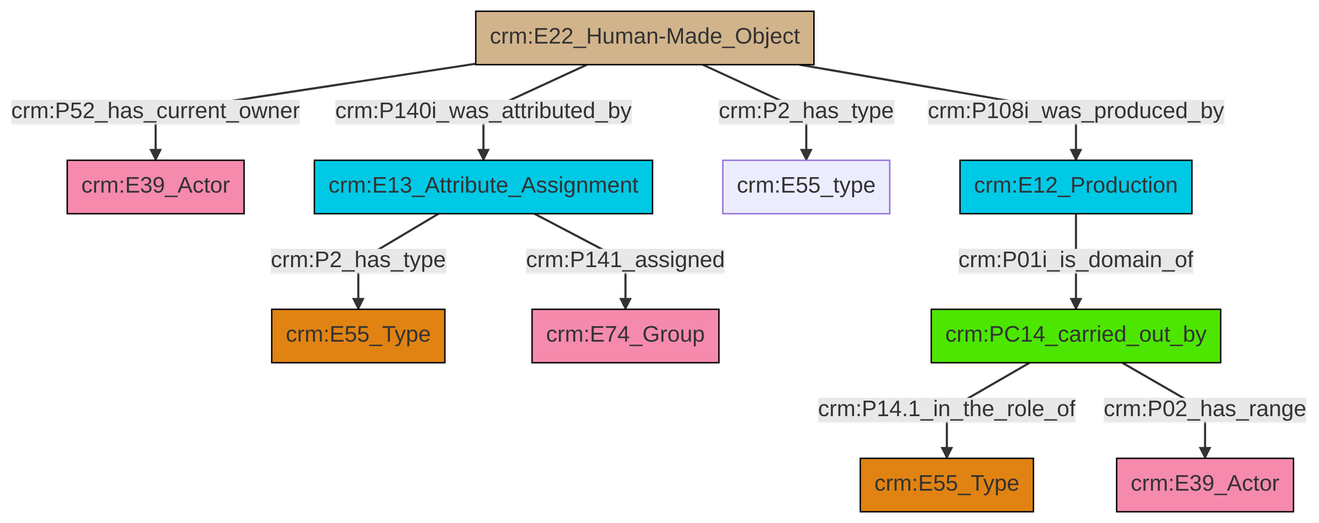
Earlier version of the Mermaid export et/builtWorkCSV/ttl/mmd/png/Built_Work_actor_relations.png (swiss-art-research-net/docs.swissartresearch). Its source is kept beside it as et/builtWorkCSV/ttl/mmd/Built_Work_actor_relations.ttl.mmd.
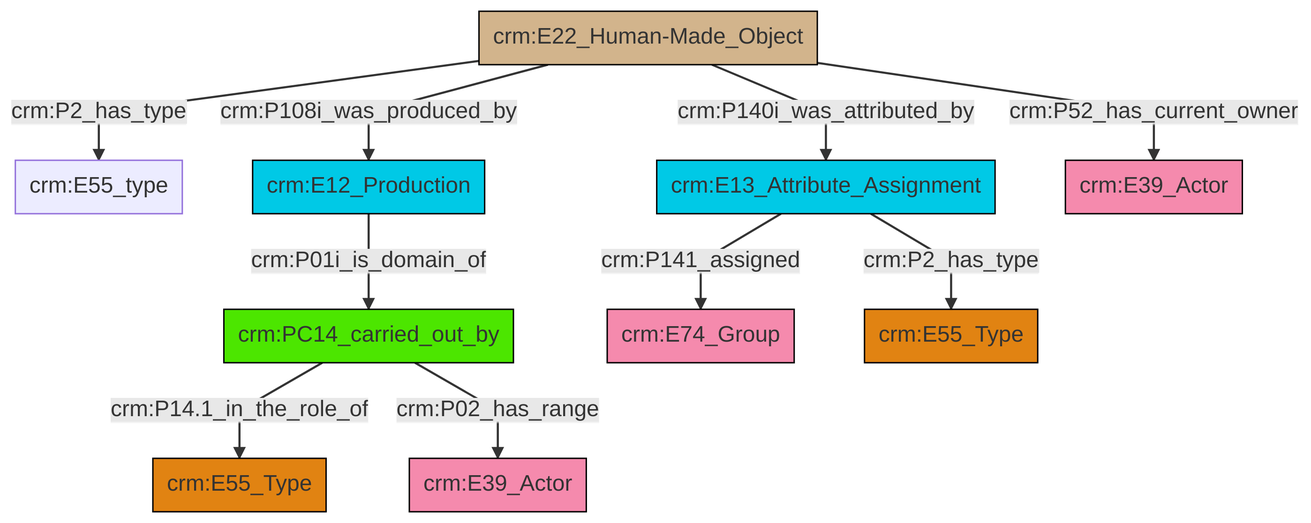
Later version of the same file.

The edit, as a diff of the source:
```diff
@@ -13,12 +13,12 @@
 classDef PC_Classes fill:#4ce600, stroke:#000000;
 classDef Multi fill:#cccccc,stroke:#000000;
 
-8["crm:E22_Human-Made_Object"]:::Physical_Thing -->|crm:P52_has_current_owner| 9["crm:E39_Actor"]:::Actor
-10["crm:PC14_carried_out_by"]:::PC_Classes -->|crm:P14.1_in_the_role_of| 4["crm:E55_Type"]:::Type
-8["crm:E22_Human-Made_Object"]:::Physical_Thing -->|crm:P140i_was_attributed_by| 0["crm:E13_Attribute_Assignment"]:::Temporal_Entity
-8["crm:E22_Human-Made_Object"]:::Physical_Thing -->|crm:P2_has_type| 6["crm:E55_type"]:::Default
-15["crm:E12_Production"]:::Temporal_Entity -->|crm:P01i_is_domain_of| 10["crm:PC14_carried_out_by"]:::PC_Classes
-8["crm:E22_Human-Made_Object"]:::Physical_Thing -->|crm:P108i_was_produced_by| 15["crm:E12_Production"]:::Temporal_Entity
-0["crm:E13_Attribute_Assignment"]:::Temporal_Entity -->|crm:P2_has_type| 2["crm:E55_Type"]:::Type
-10["crm:PC14_carried_out_by"]:::PC_Classes -->|crm:P02_has_range| 13["crm:E39_Actor"]:::Actor
-0["crm:E13_Attribute_Assignment"]:::Temporal_Entity -->|crm:P141_assigned| 18["crm:E74_Group"]:::Actor
+2["crm:E22_Human-Made_Object"]:::Physical_Thing -->|crm:P2_has_type| 3["crm:E55_type"]:::Default
+4["crm:E13_Attribute_Assignment"]:::Temporal_Entity -->|crm:P141_assigned| 5["crm:E74_Group"]:::Actor
+2["crm:E22_Human-Made_Object"]:::Physical_Thing -->|crm:P140i_was_attributed_by| 4["crm:E13_Attribute_Assignment"]:::Temporal_Entity
+2["crm:E22_Human-Made_Object"]:::Physical_Thing -->|crm:P108i_was_produced_by| 7["crm:E12_Production"]:::Temporal_Entity
+7["crm:E12_Production"]:::Temporal_Entity -->|crm:P01i_is_domain_of| 0["crm:PC14_carried_out_by"]:::PC_Classes
+0["crm:PC14_carried_out_by"]:::PC_Classes -->|crm:P14.1_in_the_role_of| 8["crm:E55_Type"]:::Type
+4["crm:E13_Attribute_Assignment"]:::Temporal_Entity -->|crm:P2_has_type| 11["crm:E55_Type"]:::Type
+0["crm:PC14_carried_out_by"]:::PC_Classes -->|crm:P02_has_range| 15["crm:E39_Actor"]:::Actor
+2["crm:E22_Human-Made_Object"]:::Physical_Thing -->|crm:P52_has_current_owner| 16["crm:E39_Actor"]:::Actor
```
